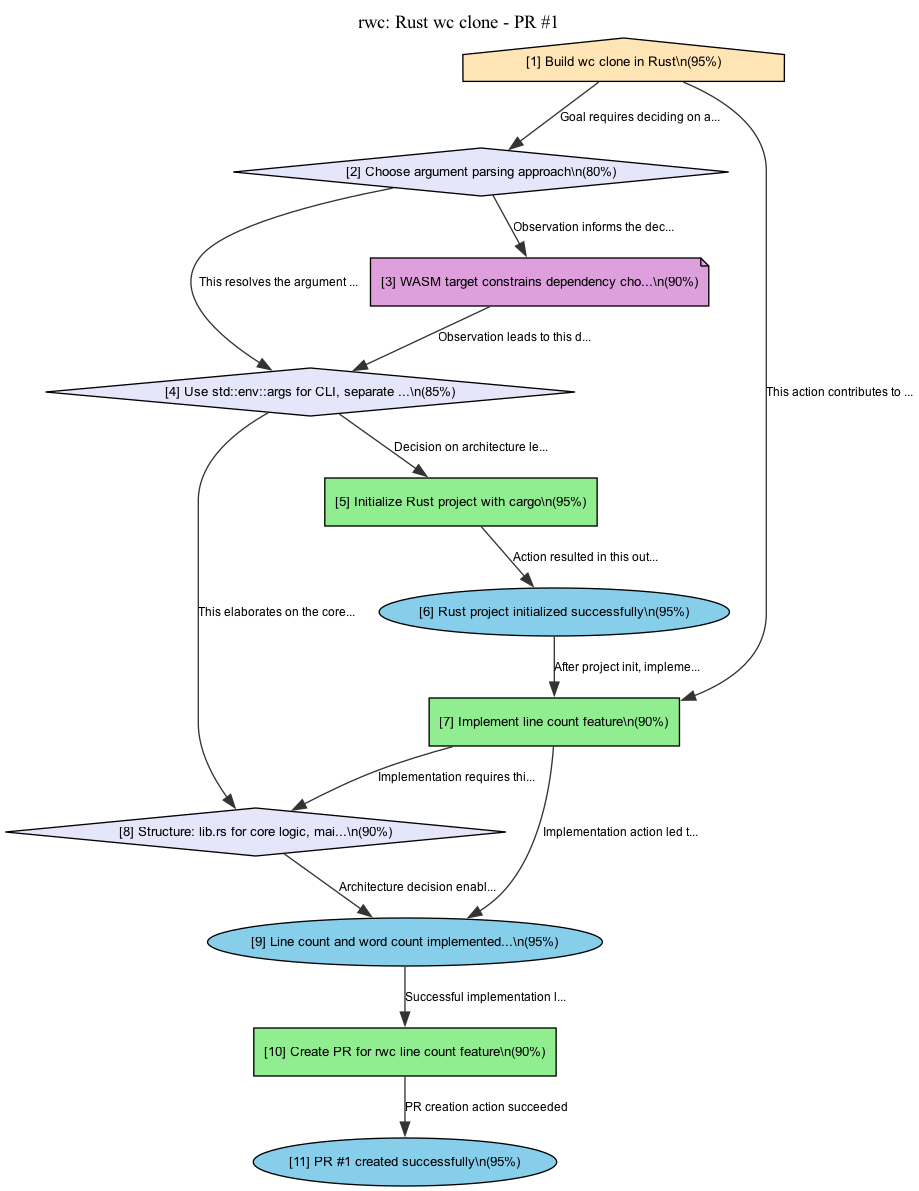
This is docs/decision-graph.png from notactuallytreyanastasio/deciduous_example, a Graphviz export, as it was before one commit. Its source is kept beside it as docs/decision-graph.dot.
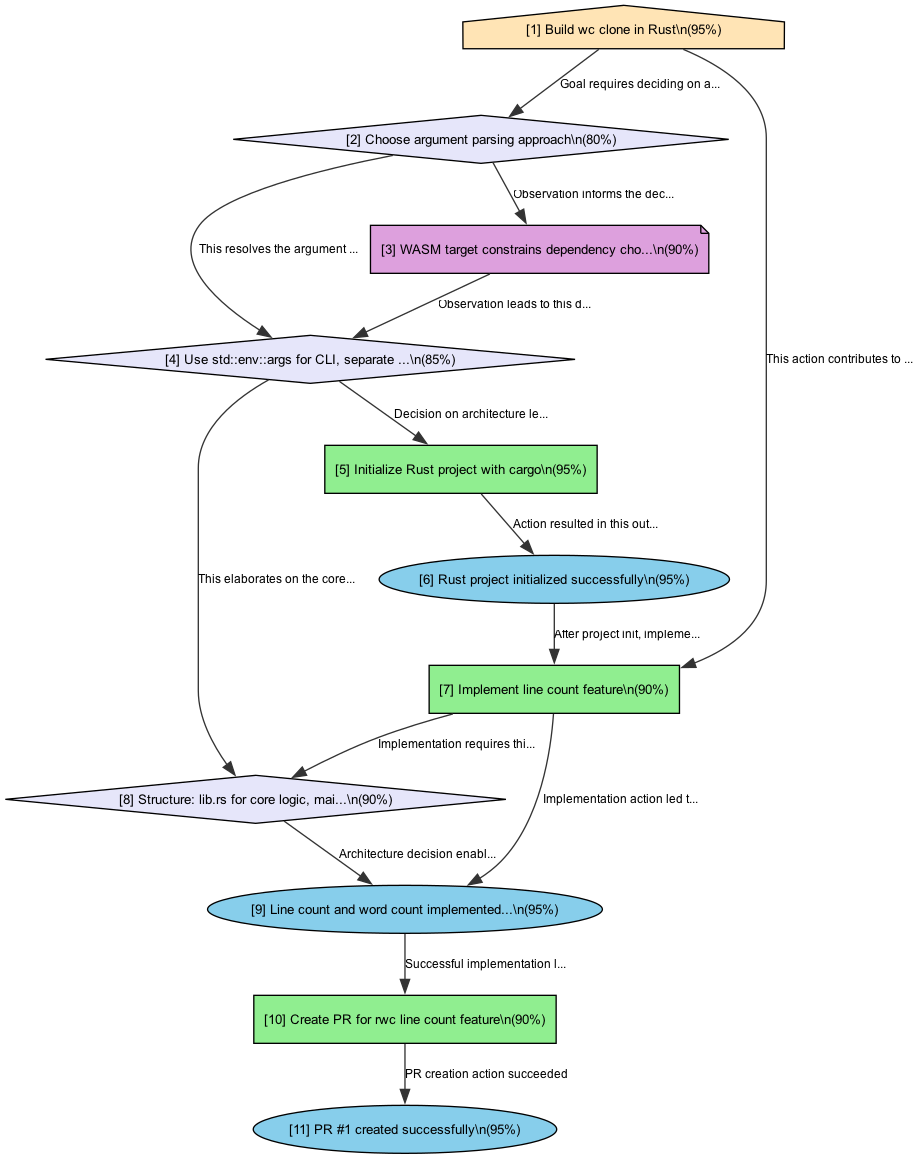
The same file after the commit.

Commit message:
docs: add decision graph visualization

Diff of the diagram source:
```diff
@@ -2,9 +2,6 @@
   rankdir=TB;
   node [fontname="Arial" fontsize=10];
   edge [fontname="Arial" fontsize=9];
-  label="rwc: Rust wc clone - PR #1";
-  labelloc=t;
-  fontsize=14;
 
   1 [label="[1] Build wc clone in Rust\\n(95%)" shape="house" fillcolor="#FFE4B5" style="filled"];
   2 [label="[2] Choose argument parsing approach\\n(80%)" shape="diamond" fillcolor="#E6E6FA" style="filled"];
```
